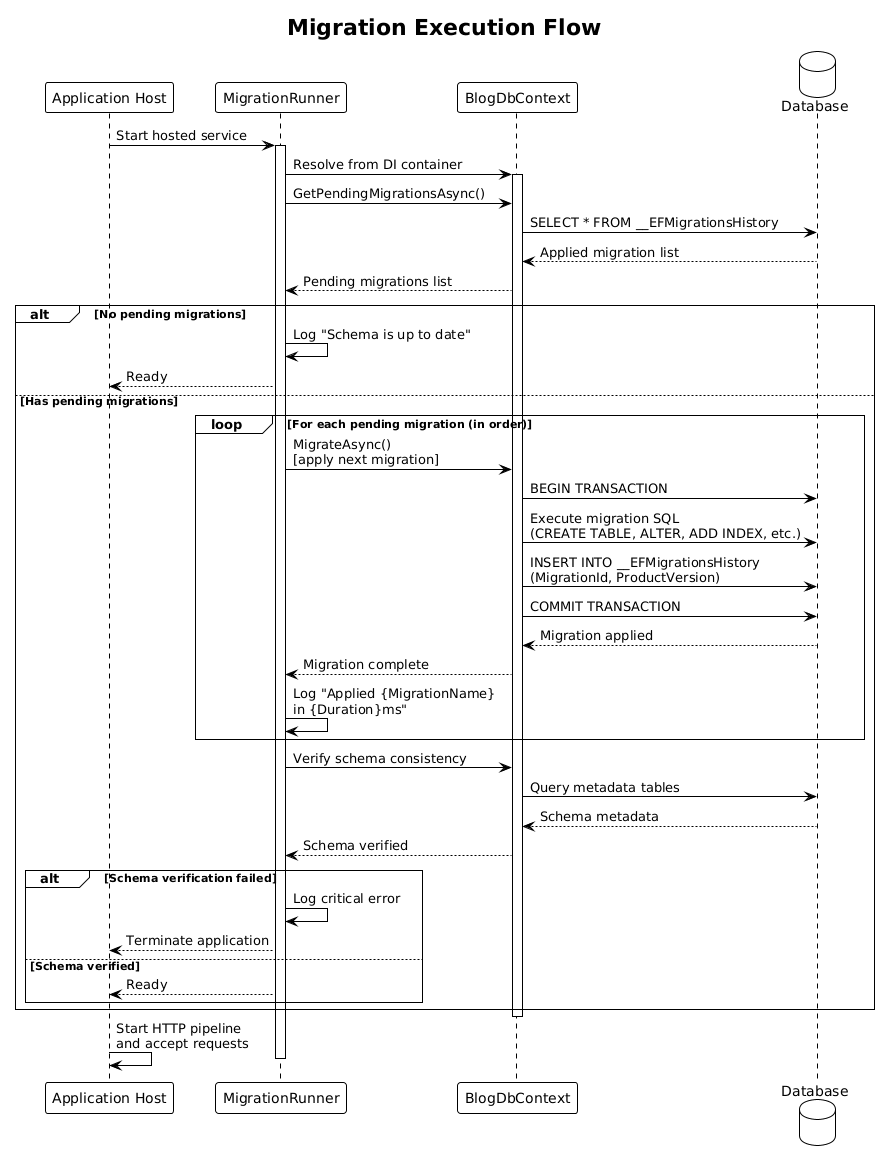
The PlantUML diagram docs/detailed-designs/10-data-persistence/diagrams/sequence_migration.png in QuinntyneBrown/Blog, before a commit. The source it was exported from:
```plantuml
@startuml
!theme plain

title Migration Execution Flow

participant "Application Host" as host
participant "MigrationRunner" as runner
participant "BlogDbContext" as ctx
database "Database" as db

host -> runner : Start hosted service
activate runner

runner -> ctx : Resolve from DI container
activate ctx

runner -> ctx : GetPendingMigrationsAsync()
ctx -> db : SELECT * FROM __EFMigrationsHistory
db --> ctx : Applied migration list
ctx --> runner : Pending migrations list

alt No pending migrations
    runner -> runner : Log "Schema is up to date"
    runner --> host : Ready
else Has pending migrations
    loop For each pending migration (in order)
        runner -> ctx : MigrateAsync()\n[apply next migration]
        ctx -> db : BEGIN TRANSACTION
        ctx -> db : Execute migration SQL\n(CREATE TABLE, ALTER, ADD INDEX, etc.)
        ctx -> db : INSERT INTO __EFMigrationsHistory\n(MigrationId, ProductVersion)
        ctx -> db : COMMIT TRANSACTION
        db --> ctx : Migration applied
        ctx --> runner : Migration complete
        runner -> runner : Log "Applied {MigrationName}\nin {Duration}ms"
    end

    runner -> ctx : Verify schema consistency
    ctx -> db : Query metadata tables
    db --> ctx : Schema metadata
    ctx --> runner : Schema verified

    alt Schema verification failed
        runner -> runner : Log critical error
        runner --> host : Terminate application
    else Schema verified
        runner --> host : Ready
    end
end

deactivate ctx

host -> host : Start HTTP pipeline\nand accept requests

deactivate runner
@enduml
```
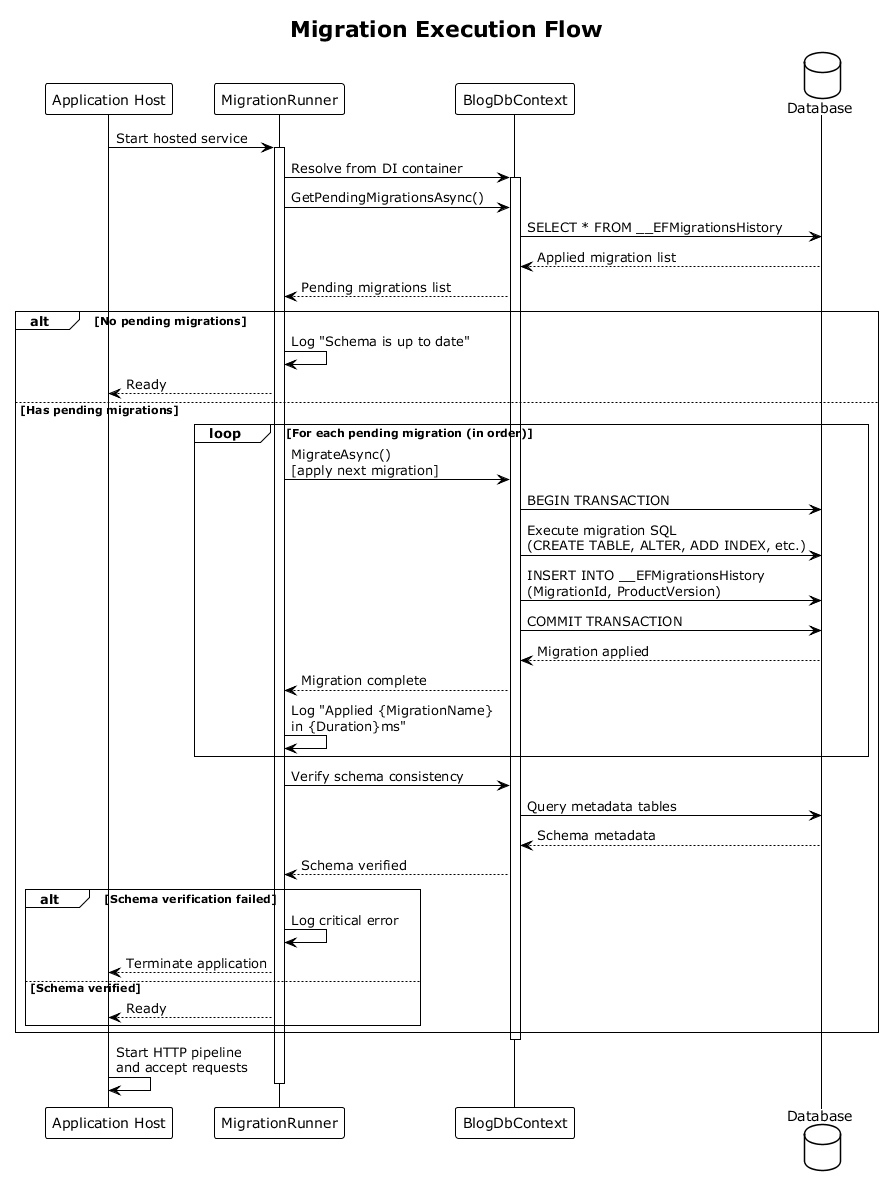
The same file after the commit.

What changed in the source:
```diff
@@ -1,4 +1,4 @@
-@startuml
+@startuml sequence_migration
 !theme plain
 
 title Migration Execution Flow
@@ -52,4 +52,5 @@
 host -> host : Start HTTP pipeline\nand accept requests
 
 deactivate runner
+
 @enduml
```
